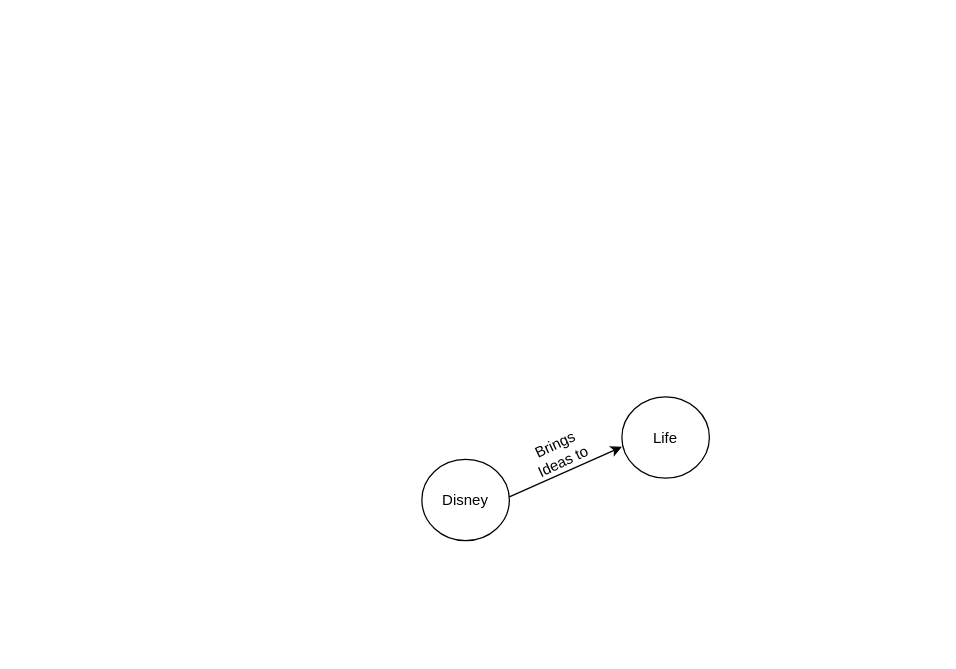
Earlier version of the draw.io diagram Untitled Diagram.drawio (huxinkan517/DRAW.IO). Source tidied: cells renumbered, new cells numbered last; positions are measured from the earlier drawing's top-left corner, leaving out a move shared by most shapes. Both pictures are drawn from the tidied source at 125%, with x=0, y=0 at pixel (421, 396).
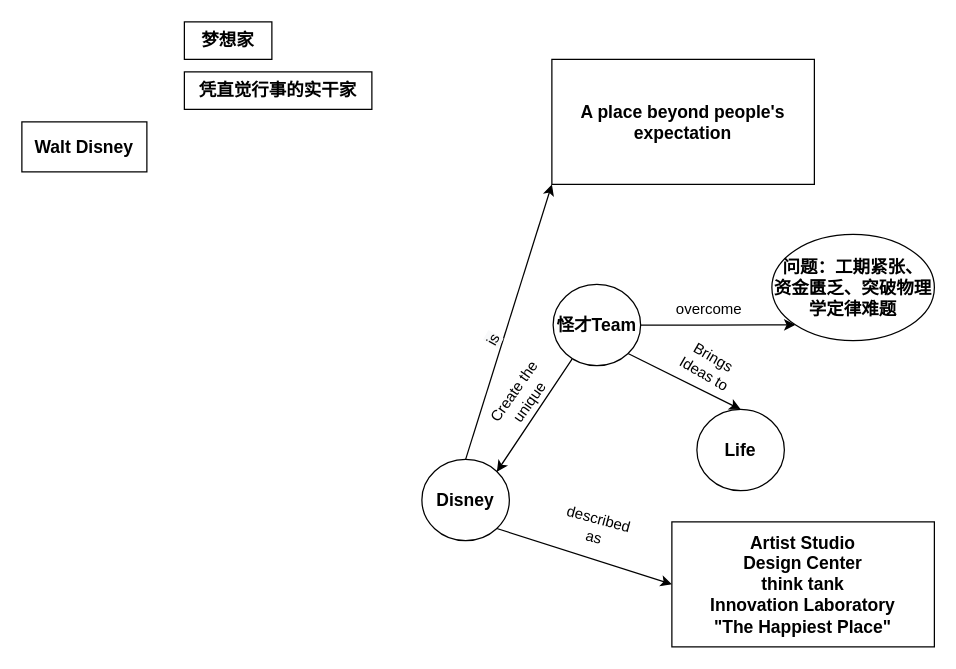
Above is the later version.

The edit, as a diff of the source:
```diff
@@
-    <mxCell id="2" value="Disney" style="ellipse;whiteSpace=wrap;html=1;" parent="1" vertex="1">
+    <mxCell id="2" value="Disney" style="ellipse;whiteSpace=wrap;html=1;fontStyle=1;fontSize=14;" parent="1" vertex="1">
       <mxGeometry y="50" width="70" height="65" as="geometry" />
     </mxCell>
-    <mxCell id="3" value="Life" style="ellipse;whiteSpace=wrap;html=1;" parent="1" vertex="1">
-      <mxGeometry x="160" width="70" height="65" as="geometry" />
+    <mxCell id="3" value="Life" style="ellipse;whiteSpace=wrap;html=1;fontStyle=1;fontSize=14;" parent="1" vertex="1">
+      <mxGeometry x="220" y="10" width="70" height="65" as="geometry" />
     </mxCell>
-    <mxCell id="4" style="endArrow=classic;html=1;rounded=0;" parent="1" edge="1">
-      <mxGeometry relative="1" as="geometry">
-        <mxPoint x="70" y="80" as="sourcePoint" />
-        <mxPoint x="160" y="40" as="targetPoint" />
-      </mxGeometry>
+    <mxCell id="4" style="endArrow=classic;html=1;rounded=0;exitX=1;exitY=1;exitDx=0;exitDy=0;entryX=0.5;entryY=0;entryDx=0;entryDy=0;" parent="1" edge="1" source="10" target="3">
+      <mxGeometry relative="1" as="geometry" />
     </mxCell>
-    <mxCell id="5" value="Brings Ideas to" style="text;html=1;strokeColor=none;fillColor=none;align=center;verticalAlign=middle;whiteSpace=wrap;rounded=0;rotation=-25;" parent="1" vertex="1">
-      <mxGeometry x="80" y="30" width="60" height="30" as="geometry" />
+    <mxCell id="5" value="Brings Ideas to" style="text;html=1;strokeColor=none;fillColor=none;align=center;verticalAlign=middle;whiteSpace=wrap;rounded=0;rotation=30;" parent="1" vertex="1">
+      <mxGeometry x="200" y="-40" width="60" height="30" as="geometry" />
     </mxCell>
+    <mxCell id="6" value="&lt;b&gt;Artist Studio&lt;br&gt;Design Center&lt;br&gt;think tank&lt;br&gt;Innovation Laboratory&lt;br&gt;&quot;The Happiest Place&quot;&lt;br&gt;&lt;/b&gt;" style="rounded=0;whiteSpace=wrap;html=1;fontSize=14;" parent="1" vertex="1">
+      <mxGeometry x="200" y="100" width="210" height="100" as="geometry" />
+    </mxCell>
+    <mxCell id="7" style="endArrow=classic;html=1;rounded=0;fontSize=14;entryX=0;entryY=0.5;entryDx=0;entryDy=0;exitX=1;exitY=1;exitDx=0;exitDy=0;" parent="1" edge="1" source="2" target="6">
+      <mxGeometry relative="1" as="geometry" />
+    </mxCell>
+    <mxCell id="8" value="described as" style="text;html=1;strokeColor=none;fillColor=none;align=center;verticalAlign=middle;whiteSpace=wrap;rounded=0;rotation=15;" parent="1" vertex="1">
+      <mxGeometry x="110" y="90" width="60" height="30" as="geometry" />
+    </mxCell>
+    <mxCell id="9" style="edgeStyle=orthogonalEdgeStyle;rounded=0;jettySize=auto;html=1;exitX=1;exitY=0.5;exitDx=0;exitDy=0;entryX=0;entryY=1;entryDx=0;entryDy=0;fontSize=14;" parent="1" edge="1" source="10" target="13">
+      <mxGeometry relative="1" as="geometry" />
+    </mxCell>
+    <mxCell id="10" value="怪才Team" style="ellipse;whiteSpace=wrap;html=1;fontStyle=1;fontSize=14;" parent="1" vertex="1">
+      <mxGeometry x="105" y="-90" width="70" height="65" as="geometry" />
+    </mxCell>
+    <mxCell id="11" style="endArrow=classic;html=1;rounded=0;fontSize=14;exitX=1;exitY=0;exitDx=0;exitDy=0;" parent="1" edge="1" source="2">
+      <mxGeometry relative="1" as="geometry">
+        <mxPoint x="60" y="60" as="targetPoint" />
+        <Array as="points">
+          <mxPoint x="120" y="-30" />
+        </Array>
+      </mxGeometry>
+    </mxCell>
+    <mxCell id="12" value="Create the unique" style="text;html=1;strokeColor=none;fillColor=none;align=center;verticalAlign=middle;whiteSpace=wrap;rounded=0;rotation=-55;" parent="1" vertex="1">
+      <mxGeometry x="50" y="-40" width="60" height="80" as="geometry" />
+    </mxCell>
+    <mxCell id="13" value="问题：工期紧张、&lt;br&gt;资金匮乏、突破物理学定律难题" style="ellipse;whiteSpace=wrap;html=1;fontStyle=1;fontSize=14;" parent="1" vertex="1">
+      <mxGeometry x="280" y="-130" width="130" height="85" as="geometry" />
+    </mxCell>
+    <mxCell id="14" value="overcome" style="text;html=1;strokeColor=none;fillColor=none;align=center;verticalAlign=middle;whiteSpace=wrap;rounded=0;rotation=0;" parent="1" vertex="1">
+      <mxGeometry x="200" y="-110" width="60" height="80" as="geometry" />
+    </mxCell>
+    <mxCell id="15" value="&lt;b&gt;A place beyond people's expectation&lt;br&gt;&lt;/b&gt;" style="rounded=0;whiteSpace=wrap;html=1;fontSize=14;" parent="1" vertex="1">
+      <mxGeometry x="104" y="-270" width="210" height="100" as="geometry" />
+    </mxCell>
+    <mxCell id="16" style="endArrow=classic;html=1;rounded=0;fontSize=14;entryX=0;entryY=1;entryDx=0;entryDy=0;exitX=0.5;exitY=0;exitDx=0;exitDy=0;" parent="1" edge="1" source="2" target="15">
+      <mxGeometry relative="1" as="geometry" />
+    </mxCell>
+    <mxCell id="17" value="&lt;span style=&quot;color: rgb(0 , 0 , 0) ; font-family: &amp;#34;helvetica&amp;#34; ; font-size: 12px ; font-style: normal ; font-weight: 400 ; letter-spacing: normal ; text-align: center ; text-indent: 0px ; text-transform: none ; word-spacing: 0px ; background-color: rgb(248 , 249 , 250) ; display: inline ; float: none&quot;&gt;is&lt;/span&gt;" style="text;whiteSpace=wrap;html=1;fontSize=14;rotation=-61;" parent="1" vertex="1">
+      <mxGeometry x="43.5" y="-72.5" width="40" height="30" as="geometry" />
+    </mxCell>
+    <mxCell id="18" value="&lt;b&gt;Walt Disney&lt;/b&gt;" style="rounded=0;whiteSpace=wrap;html=1;fontSize=14;" parent="1" vertex="1">
+      <mxGeometry x="-320" y="-220" width="100" height="40" as="geometry" />
+    </mxCell>
+    <mxCell id="19" value="&lt;b&gt;梦想家&lt;/b&gt;" style="rounded=0;whiteSpace=wrap;html=1;fontSize=14;" parent="1" vertex="1">
+      <mxGeometry x="-190" y="-300" width="70" height="30" as="geometry" />
+    </mxCell>
+    <mxCell id="20" value="&lt;b&gt;凭直觉行事的实干家&lt;/b&gt;" style="rounded=0;whiteSpace=wrap;html=1;fontSize=14;" parent="1" vertex="1">
+      <mxGeometry x="-190" y="-260" width="150" height="30" as="geometry" />
+    </mxCell>
```
